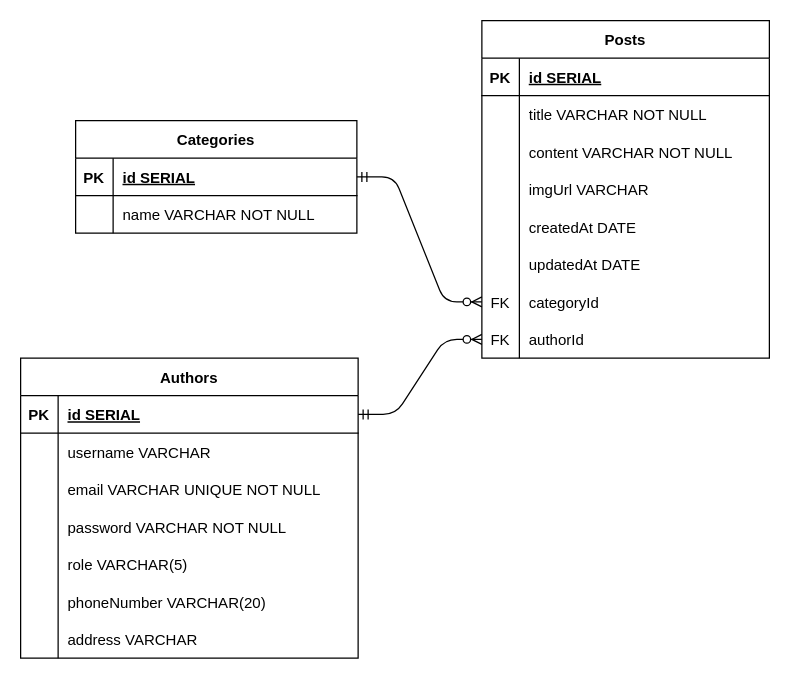
Before: schema/blog_website_schema.drawio in fauzandwip/p2-server_Blog, a draw.io diagram. Source tidied: cells renumbered, new cells numbered last; positions are measured from the earlier drawing's top-left corner, leaving out a move shared by most shapes. Both pictures are drawn from the tidied source at 125%, with x=0, y=0 at pixel (20, 20).
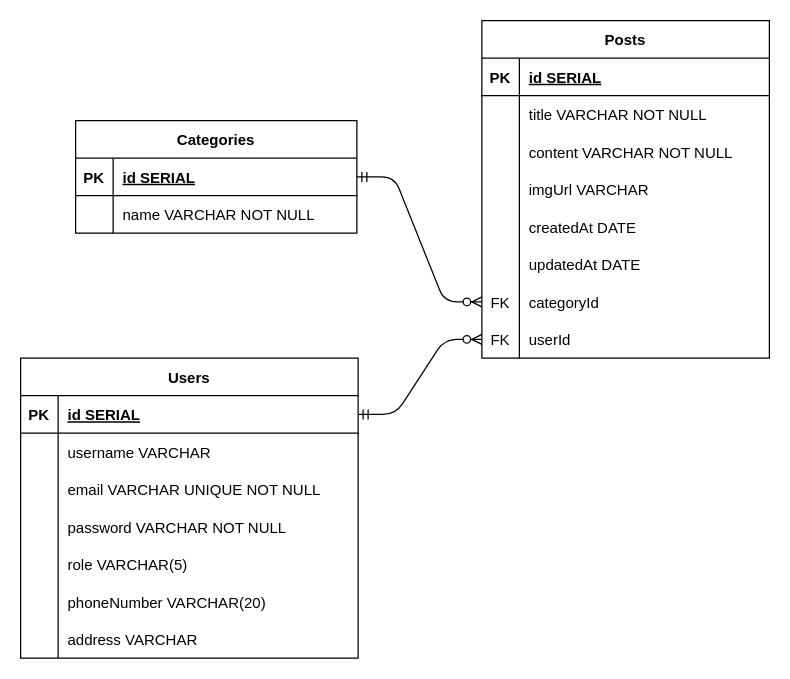
Above is the later version.

Commit message (it also covers changes not shown here):
create seed file for admins change the Authors table name to Users change the Author model to User

Unchanged cells that the change refers to:
```xml
<mxCell id="46" style="shape=tableRow;horizontal=0;startSize=0;swimlaneHead=0;swimlaneBody=0;fillColor=none;points=[[0,0.5],[1,0.5]];portConstraint=eastwest;top=0;left=0;right=0;bottom=0;" parent="24" vertex="1">
  <mxGeometry y="240" width="230" height="30" as="geometry" />
</mxCell>
```

The edit, as a diff of the source:
```diff
@@
-    <mxCell id="2" value="Authors" style="shape=table;startSize=30;childLayout=tableLayout;rowLines=0;fontStyle=1;align=center;" parent="1" vertex="1">
+    <mxCell id="2" value="Users" style="shape=table;startSize=30;childLayout=tableLayout;rowLines=0;fontStyle=1;align=center;" parent="1" vertex="1">
       <mxGeometry y="270" width="270" height="240" as="geometry" />
     </mxCell>
@@
-    <mxCell id="48" value="authorId" style="shape=partialRectangle;fillColor=none;top=0;left=0;bottom=0;right=0;align=left;spacingLeft=6;overflow=hidden;" parent="46" vertex="1">
+    <mxCell id="48" value="userId" style="shape=partialRectangle;fillColor=none;top=0;left=0;bottom=0;right=0;align=left;spacingLeft=6;overflow=hidden;" parent="46" vertex="1">
       <mxGeometry x="30" width="200" height="30" as="geometry" />
     </mxCell>
```
